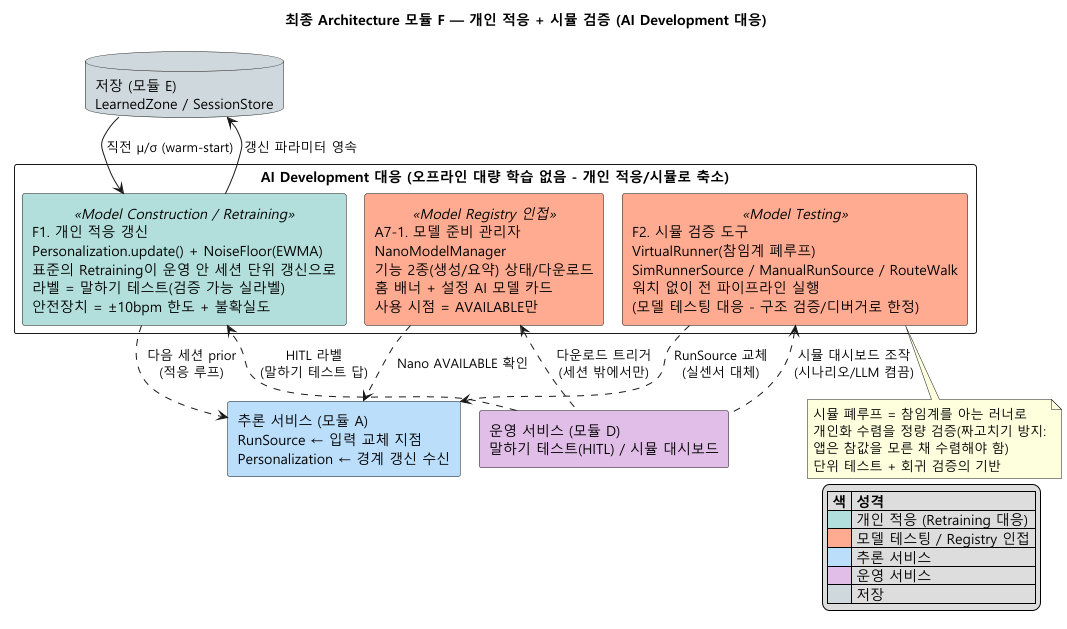
Above: arch/diagrams/06d-module-adaptation-verification.png in tenyearslove/zone2runner (PlantUML), before the change. Source of this version:
```plantuml
@startuml
!pragma layout smetana
title 최종 Architecture 모듈 F — 개인 적응 + 시뮬 검증 (AI Development 대응)
skinparam defaultFontName "Malgun Gothic"
skinparam componentStyle rectangle
skinparam shadowing false
skinparam packageStyle rectangle
skinparam linetype ortho

component "추론 서비스 (모듈 A)\nRunSource ← 입력 교체 지점\nPersonalization ← 경계 갱신 수신" as INF #BBDEFB
database "저장 (모듈 E)\nLearnedZone / SessionStore" as STORE #CFD8DC
component "운영 서비스 (모듈 D)\n말하기 테스트(HITL) / 시뮬 대시보드" as OPS #E1BEE7

package "AI Development 대응 (오프라인 대량 학습 없음 - 개인 적응/시뮬로 축소)" {
  component "F1. 개인 적응 갱신\nPersonalization.update() + NoiseFloor(EWMA)\n표준의 Retraining이 운영 안 세션 단위 갱신으로\n라벨 = 말하기 테스트(검증 가능 실라벨)\n안전장치 = ±10bpm 한도 + 불확실도" <<Model Construction / Retraining>> as F1 #B2DFDB
  component "F2. 시뮬 검증 도구\nVirtualRunner(참임계 폐루프)\nSimRunnerSource / ManualRunSource / RouteWalk\n워치 없이 전 파이프라인 실행\n(모델 테스팅 대응 - 구조 검증/디버거로 한정)" <<Model Testing>> as F2 #FFAB91
  component "A7-1. 모델 준비 관리자\nNanoModelManager\n기능 2종(생성/요약) 상태/다운로드\n홈 배너 + 설정 AI 모델 카드\n사용 시점 = AVAILABLE만" <<Model Registry 인접>> as REG #FFAB91
}

OPS ..> F1 : HITL 라벨\n(말하기 테스트 답)
F1 --> STORE : 갱신 파라미터 영속
STORE --> F1 : 직전 μ/σ (warm-start)
F1 ..> INF : 다음 세션 prior\n(적응 루프)
F2 ..> INF : RunSource 교체\n(실센서 대체)
F2 <.. OPS : 시뮬 대시보드 조작\n(시나리오/LLM 켬끔)
REG ..> INF : Nano AVAILABLE 확인
REG <.. OPS : 다운로드 트리거\n(세션 밖에서만)
note bottom of F2
  시뮬 폐루프 = 참임계를 아는 러너로
  개인화 수렴을 정량 검증(짜고치기 방지:
  앱은 참값을 모른 채 수렴해야 함)
  단위 테스트 + 회귀 검증의 기반
end note

legend right
|= 색 |= 성격 |
|<#B2DFDB>| 개인 적응 (Retraining 대응) |
|<#FFAB91>| 모델 테스팅 / Registry 인접 |
|<#BBDEFB>| 추론 서비스 |
|<#E1BEE7>| 운영 서비스 |
|<#CFD8DC>| 저장 |
endlegend
@enduml
```
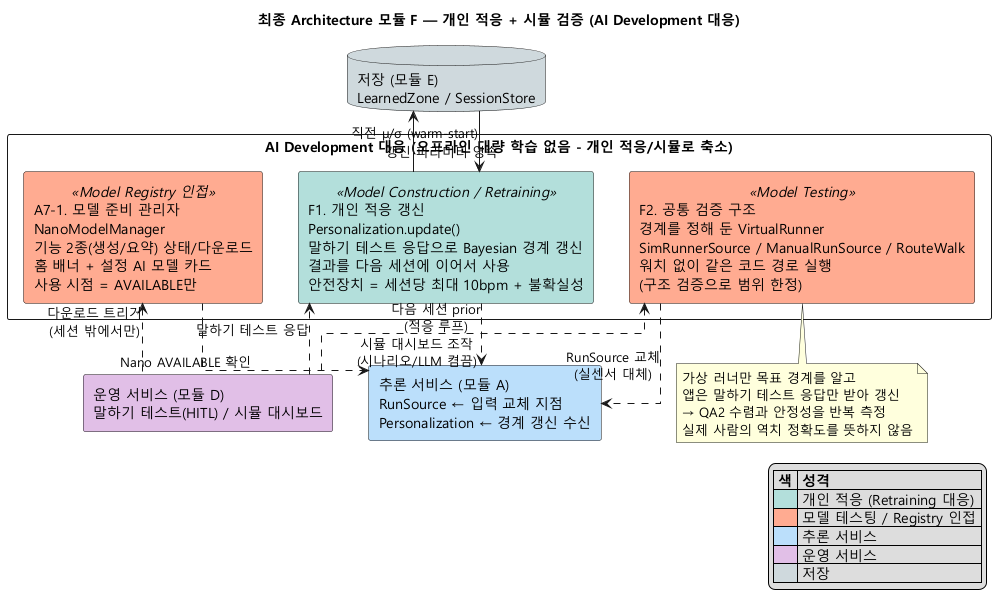
Above is the later version.

The edit, as a diff of the source:
```diff
@@ -1,5 +1,4 @@
 @startuml
-!pragma layout smetana
 title 최종 Architecture 모듈 F — 개인 적응 + 시뮬 검증 (AI Development 대응)
 skinparam defaultFontName "Malgun Gothic"
 skinparam componentStyle rectangle
@@ -12,12 +11,12 @@
 component "운영 서비스 (모듈 D)\n말하기 테스트(HITL) / 시뮬 대시보드" as OPS #E1BEE7
 
 package "AI Development 대응 (오프라인 대량 학습 없음 - 개인 적응/시뮬로 축소)" {
-  component "F1. 개인 적응 갱신\nPersonalization.update() + NoiseFloor(EWMA)\n표준의 Retraining이 운영 안 세션 단위 갱신으로\n라벨 = 말하기 테스트(검증 가능 실라벨)\n안전장치 = ±10bpm 한도 + 불확실도" <<Model Construction / Retraining>> as F1 #B2DFDB
-  component "F2. 시뮬 검증 도구\nVirtualRunner(참임계 폐루프)\nSimRunnerSource / ManualRunSource / RouteWalk\n워치 없이 전 파이프라인 실행\n(모델 테스팅 대응 - 구조 검증/디버거로 한정)" <<Model Testing>> as F2 #FFAB91
+  component "F1. 개인 적응 갱신\nPersonalization.update()\n말하기 테스트 응답으로 Bayesian 경계 갱신\n결과를 다음 세션에 이어서 사용\n안전장치 = 세션당 최대 10bpm + 불확실성" <<Model Construction / Retraining>> as F1 #B2DFDB
+  component "F2. 공통 검증 구조\n경계를 정해 둔 VirtualRunner\nSimRunnerSource / ManualRunSource / RouteWalk\n워치 없이 같은 코드 경로 실행\n(구조 검증으로 범위 한정)" <<Model Testing>> as F2 #FFAB91
   component "A7-1. 모델 준비 관리자\nNanoModelManager\n기능 2종(생성/요약) 상태/다운로드\n홈 배너 + 설정 AI 모델 카드\n사용 시점 = AVAILABLE만" <<Model Registry 인접>> as REG #FFAB91
 }
 
-OPS ..> F1 : HITL 라벨\n(말하기 테스트 답)
+OPS ..> F1 : 말하기 테스트 응답
 F1 --> STORE : 갱신 파라미터 영속
 STORE --> F1 : 직전 μ/σ (warm-start)
 F1 ..> INF : 다음 세션 prior\n(적응 루프)
@@ -26,10 +25,10 @@
 REG ..> INF : Nano AVAILABLE 확인
 REG <.. OPS : 다운로드 트리거\n(세션 밖에서만)
 note bottom of F2
-  시뮬 폐루프 = 참임계를 아는 러너로
-  개인화 수렴을 정량 검증(짜고치기 방지:
-  앱은 참값을 모른 채 수렴해야 함)
-  단위 테스트 + 회귀 검증의 기반
+  가상 러너만 목표 경계를 알고
+  앱은 말하기 테스트 응답만 받아 갱신
+  → QA2 수렴과 안정성을 반복 측정
+  실제 사람의 역치 정확도를 뜻하지 않음
 end note
 
 legend right
```
